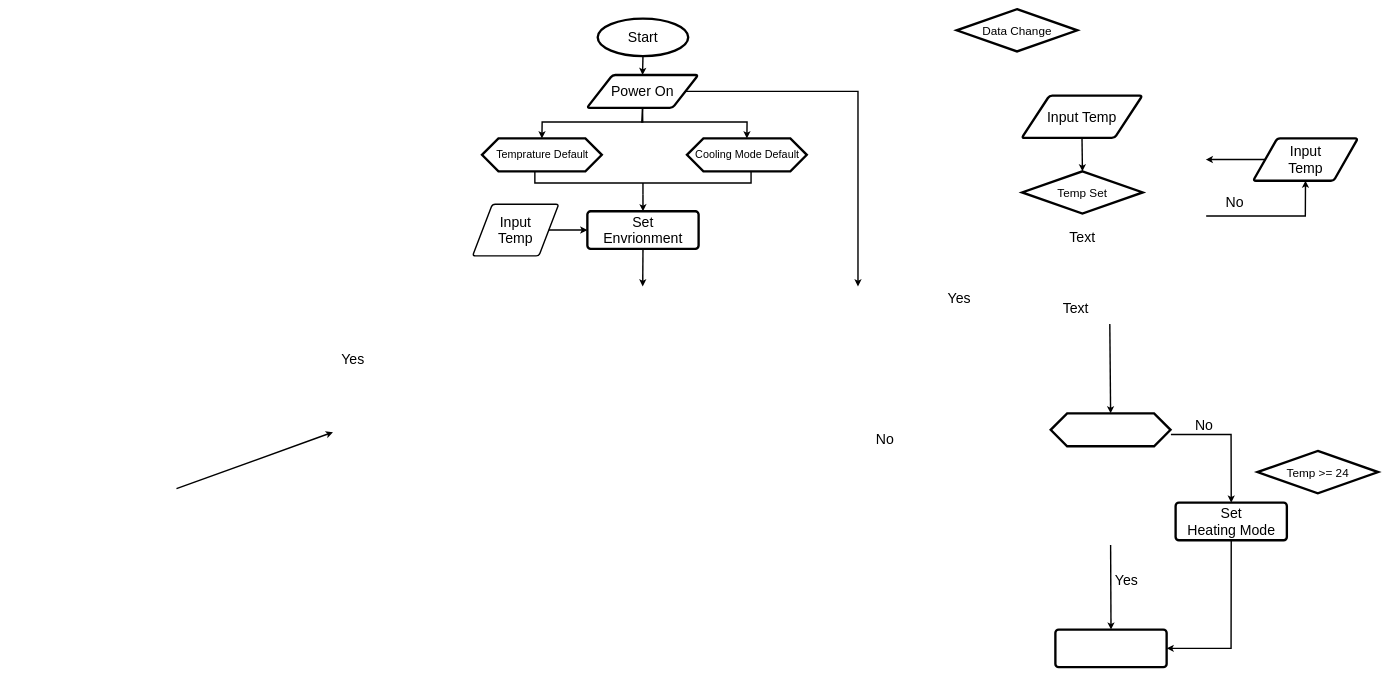
Above: 홈키팜_02.drawio in Sun-Rang/AI_- (draw.io), before the change. Source tidied: cells renumbered, new cells numbered last; positions are measured from the earlier drawing's top-left corner, leaving out a move shared by most shapes. Both pictures are drawn from the tidied source at 47%, with x=0, y=0 at pixel (176, 9).
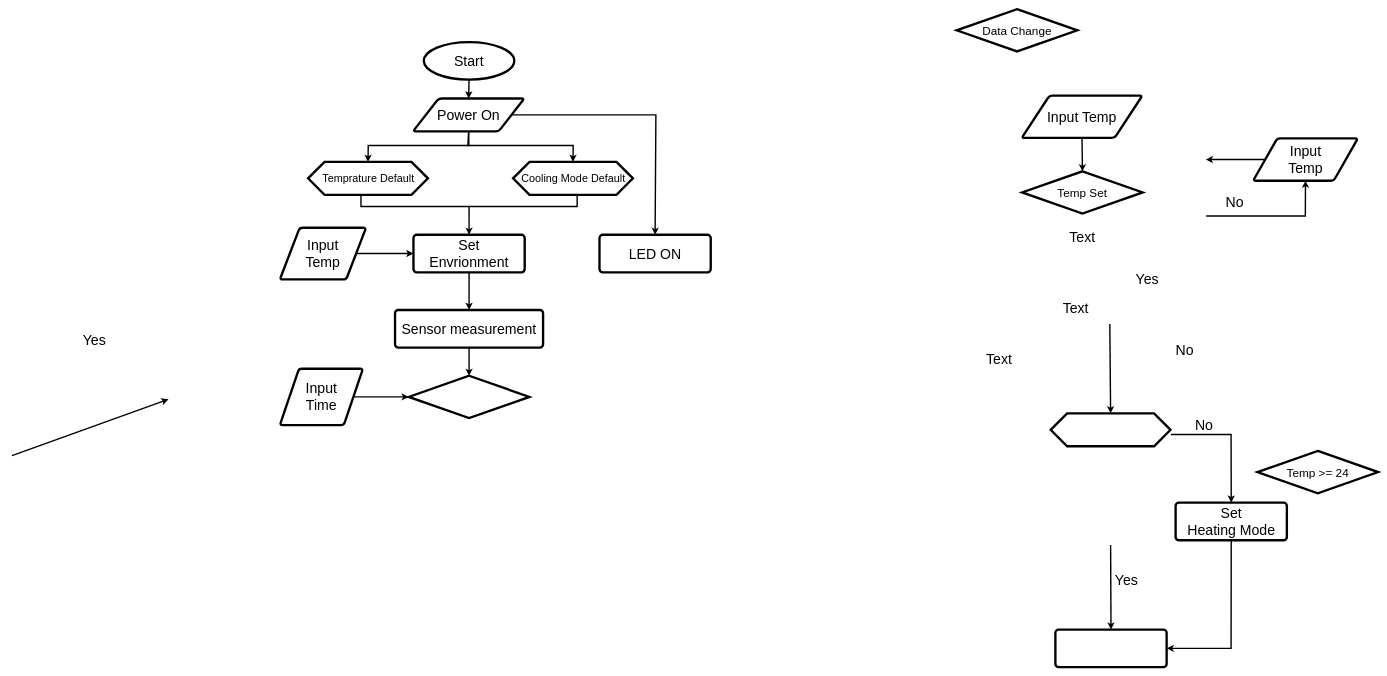
The same diagram, later.

Commit message (it also covers changes not shown here):
홈키팜_02.drawio 업데이트

What changed in the source:
```diff
@@
     <mxCell id="2" value="Start" style="strokeWidth=5;html=1;shape=mxgraph.flowchart.start_1;whiteSpace=wrap;fontSize=30;" parent="1" vertex="1">
-      <mxGeometry x="896.2" y="20" width="192.6" height="80" as="geometry" />
+      <mxGeometry x="526.2" y="70" width="192.6" height="80" as="geometry" />
     </mxCell>
     <mxCell id="3" style="verticalLabelPosition=bottom;verticalAlign=top;html=1;shape=hexagon;perimeter=hexagonPerimeter2;arcSize=6;size=0.13725490196078433;strokeColor=default;strokeWidth=5;fontFamily=Helvetica;fontSize=30;fontColor=default;fillColor=default;spacing=0;" parent="1" vertex="1">
-      <mxGeometry x="650" y="275" width="255" height="70" as="geometry" />
+      <mxGeometry x="280" y="325" width="255" height="70" as="geometry" />
     </mxCell>
     <mxCell id="4" value="Temprature Default" style="text;html=1;align=center;verticalAlign=middle;strokeColor=none;fillColor=none;fontSize=23;fontFamily=Helvetica;fontColor=default;" parent="1" vertex="1">
-      <mxGeometry x="667.5" y="290" width="220" height="40" as="geometry" />
+      <mxGeometry x="297.5" y="340" width="220" height="40" as="geometry" />
     </mxCell>
@@
     <mxCell id="6" value="Power On" style="shape=parallelogram;html=1;strokeWidth=5;perimeter=parallelogramPerimeter;whiteSpace=wrap;rounded=1;arcSize=12;size=0.23;strokeColor=default;fontFamily=Helvetica;fontSize=30;fontColor=default;fillColor=default;" parent="1" vertex="1">
-      <mxGeometry x="873.3" y="140" width="236.7" height="70" as="geometry" />
+      <mxGeometry x="503.3" y="190" width="236.7" height="70" as="geometry" />
     </mxCell>
     <mxCell id="7" style="endArrow=classic;html=1;rounded=0;fontFamily=Helvetica;fontSize=30;fontColor=default;exitX=0.5;exitY=1;exitDx=0;exitDy=0;strokeWidth=3;entryX=0.5;entryY=0;entryDx=0;entryDy=0;" parent="1" edge="1" source="6" target="3">
       <mxGeometry relative="1" as="geometry">
         <Array as="points">
-          <mxPoint x="992" y="240" />
-          <mxPoint x="778" y="240" />
+          <mxPoint x="622" y="290" />
+          <mxPoint x="408" y="290" />
         </Array>
       </mxGeometry>
     </mxCell>
@@
     <mxCell id="9" style="endArrow=classic;html=1;rounded=0;fontFamily=Helvetica;fontSize=30;fontColor=default;exitX=0.5;exitY=1;exitDx=0;exitDy=0;strokeWidth=3;entryX=0.5;entryY=0;entryDx=0;entryDy=0;" parent="1" edge="1" source="6" target="18">
       <mxGeometry relative="1" as="geometry">
         <Array as="points">
-          <mxPoint x="990" y="240" />
-          <mxPoint x="1214" y="240" />
+          <mxPoint x="620" y="290" />
+          <mxPoint x="844" y="290" />
         </Array>
       </mxGeometry>
     </mxCell>
@@
     <mxCell id="12" value="Yes" style="text;html=1;align=center;verticalAlign=middle;strokeColor=none;fillColor=none;fontSize=30;fontFamily=Helvetica;fontColor=default;" parent="1" vertex="1">
-      <mxGeometry x="1630" y="590" width="70" height="50" as="geometry" />
+      <mxGeometry x="2030" y="550" width="70" height="50" as="geometry" />
     </mxCell>
@@
     <mxCell id="17" value="Set&lt;br&gt;Envrionment" style="rounded=1;whiteSpace=wrap;html=1;absoluteArcSize=1;arcSize=14;strokeWidth=5;strokeColor=default;fontFamily=Helvetica;fontSize=30;fontColor=default;fillColor=default;" parent="1" vertex="1">
-      <mxGeometry x="874.2" y="430" width="236.7" height="80" as="geometry" />
+      <mxGeometry x="504.2" y="480" width="236.7" height="80" as="geometry" />
     </mxCell>
     <mxCell id="18" style="verticalLabelPosition=bottom;verticalAlign=top;html=1;shape=hexagon;perimeter=hexagonPerimeter2;arcSize=6;size=0.13725490196078433;strokeColor=default;strokeWidth=5;fontFamily=Helvetica;fontSize=30;fontColor=default;fillColor=default;spacing=0;" parent="1" vertex="1">
-      <mxGeometry x="1086.1" y="275" width="255" height="70" as="geometry" />
+      <mxGeometry x="716.1" y="325" width="255" height="70" as="geometry" />
     </mxCell>
     <mxCell id="19" value="Cooling Mode Default" style="text;html=1;align=center;verticalAlign=middle;strokeColor=none;fillColor=none;fontSize=23;fontFamily=Helvetica;fontColor=default;" parent="1" vertex="1">
-      <mxGeometry x="1093.6" y="290" width="240" height="40" as="geometry" />
+      <mxGeometry x="723.6" y="340" width="240" height="40" as="geometry" />
     </mxCell>
@@
     <mxCell id="29" style="strokeWidth=3;html=1;shape=mxgraph.flowchart.annotation_2;align=left;labelPosition=right;strokeColor=default;fontFamily=Helvetica;fontSize=30;fontColor=default;fillColor=default;rotation=-90;" parent="1" vertex="1">
-      <mxGeometry x="967.5" y="140" width="50" height="460" as="geometry" />
+      <mxGeometry x="597.5" y="190" width="50" height="460" as="geometry" />
     </mxCell>
@@
-    <mxCell id="31" style="endArrow=classic;html=1;rounded=0;fontFamily=Helvetica;fontSize=30;fontColor=default;strokeWidth=3;exitX=0.5;exitY=1;exitDx=0;exitDy=0;" parent="1" edge="1" source="17">
-      <mxGeometry relative="1" as="geometry">
-        <mxPoint x="992" y="590" as="targetPoint" />
-      </mxGeometry>
+    <mxCell id="31" style="endArrow=classic;html=1;rounded=0;fontFamily=Helvetica;fontSize=30;fontColor=default;strokeWidth=3;exitX=0.5;exitY=1;exitDx=0;exitDy=0;entryX=0.5;entryY=0;entryDx=0;entryDy=0;" parent="1" edge="1" source="17" target="43">
+      <mxGeometry relative="1" as="geometry" />
     </mxCell>
@@
     <mxCell id="35" style="endArrow=classic;html=1;rounded=0;fontFamily=Helvetica;fontSize=30;fontColor=default;strokeWidth=3;" parent="1" edge="1">
       <mxGeometry relative="1" as="geometry">
-        <mxPoint y="1020" as="sourcePoint" />
-        <mxPoint x="333" y="900" as="targetPoint" />
+        <mxPoint x="-350" y="950" as="sourcePoint" />
+        <mxPoint x="-17" y="830" as="targetPoint" />
       </mxGeometry>
     </mxCell>
     <mxCell id="36" value="Yes" style="text;html=1;align=center;verticalAlign=middle;strokeColor=none;fillColor=none;fontSize=30;fontFamily=Helvetica;fontColor=default;" parent="1" vertex="1">
-      <mxGeometry x="340" y="720" width="70" height="50" as="geometry" />
+      <mxGeometry x="-210" y="680" width="70" height="50" as="geometry" />
     </mxCell>
     <mxCell id="37" value="No" style="text;html=1;align=center;verticalAlign=middle;strokeColor=none;fillColor=none;fontSize=30;fontFamily=Helvetica;fontColor=default;" parent="1" vertex="1">
-      <mxGeometry x="1476.7" y="890" width="60" height="50" as="geometry" />
+      <mxGeometry x="2115" y="700" width="60" height="50" as="geometry" />
     </mxCell>
-    <mxCell id="38" value="Input&lt;br&gt;Temp" style="shape=parallelogram;html=1;strokeWidth=3;perimeter=parallelogramPerimeter;whiteSpace=wrap;rounded=1;arcSize=12;size=0.23;strokeColor=default;fontFamily=Helvetica;fontSize=30;fontColor=default;fillColor=default;" parent="1" vertex="1">
-      <mxGeometry x="630" y="415" width="183.3" height="110" as="geometry" />
+    <mxCell id="38" value="Input&lt;br&gt;Temp" style="shape=parallelogram;html=1;strokeWidth=5;perimeter=parallelogramPerimeter;whiteSpace=wrap;rounded=1;arcSize=12;size=0.23;strokeColor=default;fontFamily=Helvetica;fontSize=30;fontColor=default;fillColor=default;" parent="1" vertex="1">
+      <mxGeometry x="220" y="465" width="183.3" height="110" as="geometry" />
     </mxCell>
@@
-    <mxCell id="40" style="endArrow=classic;html=1;rounded=0;fontFamily=Helvetica;fontSize=30;fontColor=default;strokeWidth=3;exitX=1;exitY=0.5;exitDx=0;exitDy=0;" parent="1" edge="1" source="6">
+    <mxCell id="40" style="endArrow=classic;html=1;rounded=0;fontFamily=Helvetica;fontSize=30;fontColor=default;strokeWidth=3;exitX=1;exitY=0.5;exitDx=0;exitDy=0;entryX=0.5;entryY=0;entryDx=0;entryDy=0;" parent="1" edge="1" source="6" target="42">
       <mxGeometry relative="1" as="geometry">
-        <mxPoint x="1450" y="590" as="targetPoint" />
         <Array as="points">
-          <mxPoint x="1450" y="175" />
+          <mxPoint x="1020" y="225" />
         </Array>
       </mxGeometry>
     </mxCell>
@@
+    <mxCell id="42" value="LED ON" style="rounded=1;whiteSpace=wrap;html=1;absoluteArcSize=1;arcSize=14;strokeWidth=5;strokeColor=default;fontFamily=Helvetica;fontSize=30;fontColor=default;fillColor=default;" parent="1" vertex="1">
+      <mxGeometry x="900" y="480" width="236.7" height="80" as="geometry" />
+    </mxCell>
+    <mxCell id="43" value="Sensor&amp;nbsp;measurement" style="rounded=1;whiteSpace=wrap;html=1;absoluteArcSize=1;arcSize=14;strokeWidth=5;strokeColor=default;fontFamily=Helvetica;fontSize=30;fontColor=default;fillColor=default;" parent="1" vertex="1">
+      <mxGeometry x="465" y="640" width="315" height="80" as="geometry" />
+    </mxCell>
+    <mxCell id="44" style="strokeWidth=5;html=1;shape=mxgraph.flowchart.decision;whiteSpace=wrap;strokeColor=default;fontFamily=Helvetica;fontSize=25;fontColor=default;fillColor=default;" parent="1" vertex="1">
+      <mxGeometry x="494.2" y="780" width="256.7" height="90" as="geometry" />
+    </mxCell>
+    <mxCell id="45" value="Text" style="text;html=1;align=center;verticalAlign=middle;strokeColor=none;fillColor=none;fontSize=30;fontFamily=Helvetica;fontColor=default;" parent="1" vertex="1">
+      <mxGeometry x="1710" y="720" width="80" height="50" as="geometry" />
+    </mxCell>
+    <mxCell id="46" value="Input&lt;br&gt;Time" style="shape=parallelogram;html=1;strokeWidth=5;perimeter=parallelogramPerimeter;whiteSpace=wrap;rounded=1;arcSize=12;size=0.23;strokeColor=default;fontFamily=Helvetica;fontSize=30;fontColor=default;fillColor=default;" parent="1" vertex="1">
+      <mxGeometry x="220" y="765" width="176.7" height="120" as="geometry" />
+    </mxCell>
+    <mxCell id="47" style="endArrow=classic;html=1;rounded=0;fontFamily=Helvetica;fontSize=30;fontColor=default;strokeWidth=3;entryX=0.5;entryY=0;entryDx=0;entryDy=0;entryPerimeter=0;exitX=0.5;exitY=1;exitDx=0;exitDy=0;" parent="1" edge="1" source="43" target="44">
+      <mxGeometry relative="1" as="geometry" />
+    </mxCell>
+    <mxCell id="48" style="endArrow=classic;html=1;rounded=0;fontFamily=Helvetica;fontSize=30;fontColor=default;strokeWidth=3;entryX=0;entryY=0.5;entryDx=0;entryDy=0;entryPerimeter=0;exitX=1;exitY=0.5;exitDx=0;exitDy=0;" parent="1" edge="1" source="46" target="44">
+      <mxGeometry relative="1" as="geometry" />
+    </mxCell>
```
